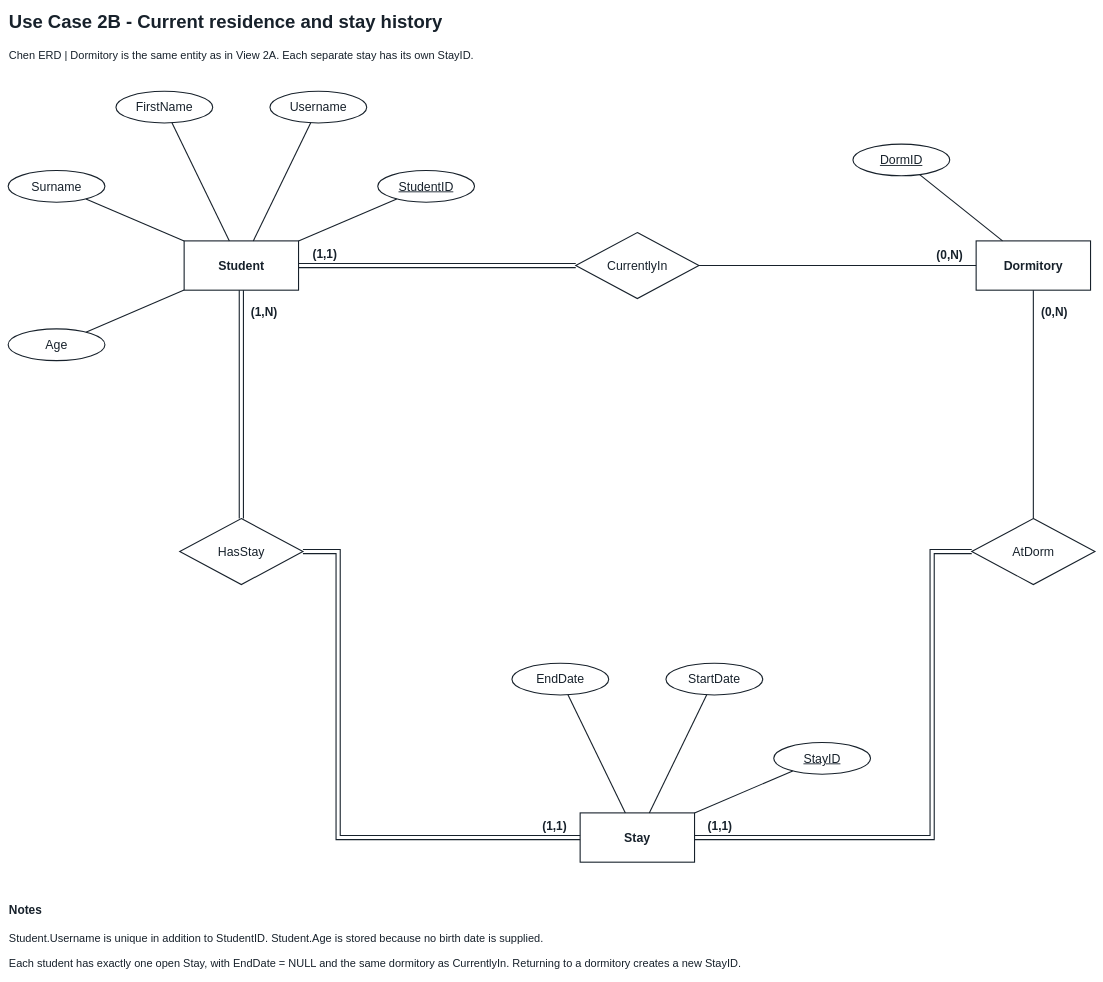
Osmanita/cng-351-project-1 keeps this draw.io diagram as page "Use Case 2B - Current residence and stay history" (4 of 8) of CNG351_Assignment1_Chen +gpt.drawio. Above is the earlier version. Source tidied: cells renumbered, new cells numbered last; positions are measured from the earlier drawing's top-left corner, leaving out a move shared by most shapes. Both pictures are drawn from the tidied source at 44%, with x=0, y=0 at pixel (8, 7).
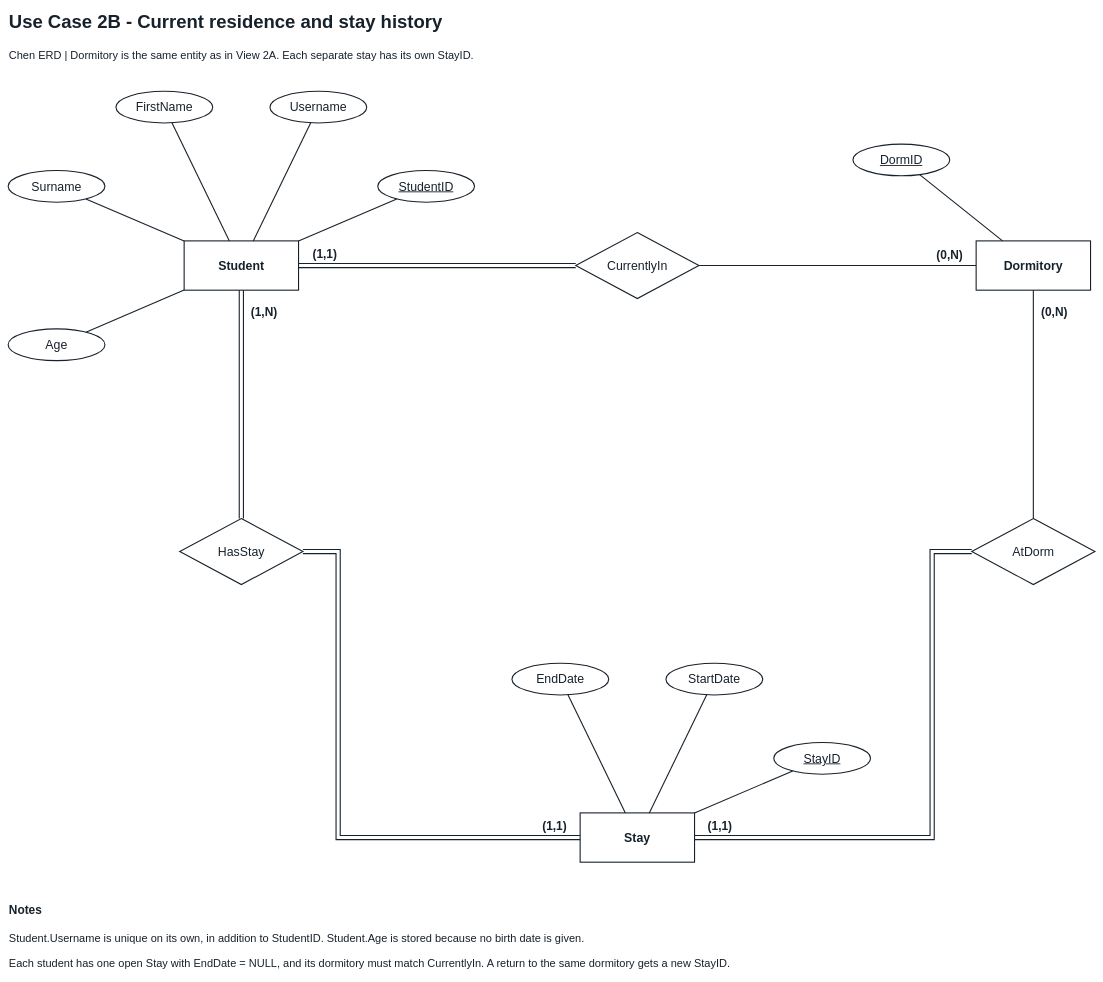
The same diagram, later.

The edit, as a diff of the source:
```diff
@@
-    <mxCell id="34" value="Student.Username is unique in addition to StudentID. Student.Age is stored because no birth date is supplied." style="text;html=0;whiteSpace=wrap;overflow=hidden;align=left;verticalAlign=middle;fillColor=#ffffff;strokeColor=none;fontColor=#17212b;fontFamily=Arial;fontSize=25;" parent="1" vertex="1">
+    <mxCell id="34" value="Student.Username is unique on its own, in addition to StudentID. Student.Age is stored because no birth date is given." style="text;html=0;whiteSpace=wrap;overflow=hidden;align=left;verticalAlign=middle;fillColor=#ffffff;strokeColor=none;fontColor=#17212b;fontFamily=Arial;fontSize=25;" parent="1" vertex="1">
       <mxGeometry y="2087" width="2470" height="55" as="geometry" />
     </mxCell>
-    <mxCell id="35" value="Each student has exactly one open Stay, with EndDate = NULL and the same dormitory as CurrentlyIn. Returning to a dormitory creates a new StayID." style="text;html=0;whiteSpace=wrap;overflow=hidden;align=left;verticalAlign=middle;fillColor=#ffffff;strokeColor=none;fontColor=#17212b;fontFamily=Arial;fontSize=25;" parent="1" vertex="1">
+    <mxCell id="35" value="Each student has one open Stay with EndDate = NULL, and its dormitory must match CurrentlyIn. A return to the same dormitory gets a new StayID." style="text;html=0;whiteSpace=wrap;overflow=hidden;align=left;verticalAlign=middle;fillColor=#ffffff;strokeColor=none;fontColor=#17212b;fontFamily=Arial;fontSize=25;" parent="1" vertex="1">
       <mxGeometry y="2142" width="2470" height="55" as="geometry" />
     </mxCell>
```
